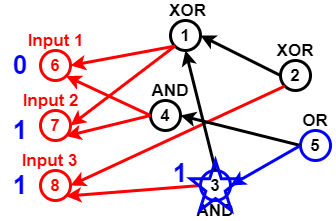
sara1024/-CCF201412-2-Z- keeps this draw.io diagram as Untitled Diagram.png. Above is the earlier version. Source tidied: cells renumbered, new cells last; positions are measured from the earlier drawing's top-left corner, leaving out a move shared by most shapes.
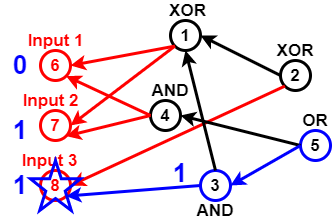
After the change.

Change to the diagram source:
```diff
@@ -32,7 +32,7 @@
     <mxCell id="11" value="3" style="ellipse;whiteSpace=wrap;html=1;strokeWidth=3;fillColor=none;fontSize=17;fontColor=#000000;fontStyle=1;strokeColor=#0000FF;" parent="1" vertex="1">
       <mxGeometry x="200" y="170" width="30" height="30" as="geometry" />
     </mxCell>
-    <mxCell id="12" style="endArrow=classic;html=1;strokeColor=#FF0000;strokeWidth=3;fontSize=17;fontColor=#000000;entryX=1;entryY=1;entryDx=0;entryDy=0;exitX=0;exitY=0.5;exitDx=0;exitDy=0;" parent="1" edge="1" source="11" target="4">
+    <mxCell id="12" style="endArrow=classic;html=1;strokeWidth=3;fontSize=17;fontColor=#000000;entryX=1;entryY=1;entryDx=0;entryDy=0;exitX=0;exitY=0.5;exitDx=0;exitDy=0;strokeColor=#0000FF;" parent="1" edge="1" source="11" target="4">
       <mxGeometry relative="1" as="geometry" />
     </mxCell>
     <mxCell id="13" value="2" style="ellipse;whiteSpace=wrap;html=1;strokeColor=#000000;strokeWidth=3;fillColor=none;fontSize=17;fontColor=#000000;fontStyle=1;" parent="1" vertex="1">
@@ -90,7 +90,7 @@
       <mxGeometry y="175" width="40" height="20" as="geometry" />
     </mxCell>
     <mxCell id="31" style="verticalLabelPosition=bottom;verticalAlign=top;html=1;shape=mxgraph.basic.star;strokeWidth=3;fillColor=none;gradientColor=none;fontSize=26;fontColor=#0000CC;strokeColor=#0000FF;" parent="1" vertex="1">
-      <mxGeometry x="190" y="160" width="50" height="50" as="geometry" />
+      <mxGeometry x="30" y="160" width="50" height="50" as="geometry" />
     </mxCell>
     <mxCell id="32" value="1" style="text;html=1;strokeColor=none;fillColor=none;align=center;verticalAlign=middle;whiteSpace=wrap;rounded=0;fontSize=26;fontColor=#0000FF;fontStyle=1;" parent="1" vertex="1">
       <mxGeometry x="160" y="160" width="40" height="25" as="geometry" />
```
